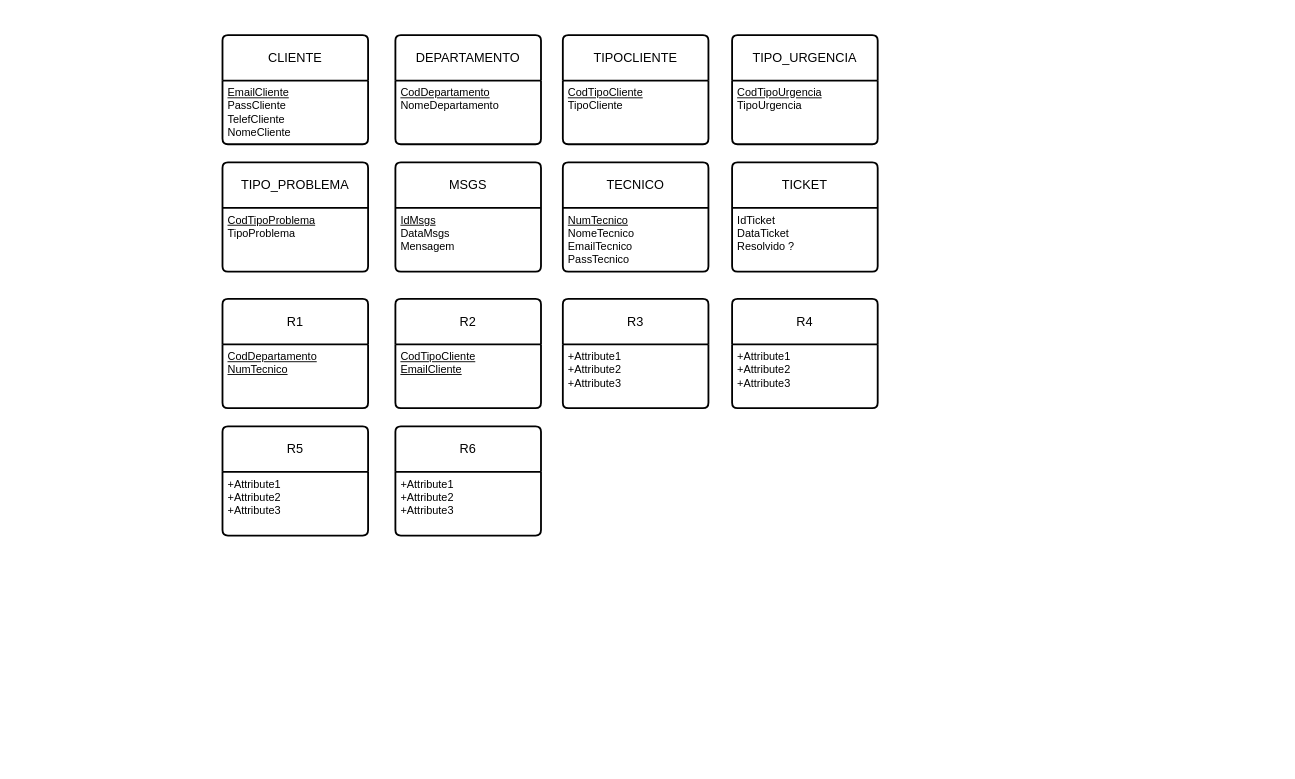
The draw.io diagram SistemaTicket.drawio in HenriqueINA/An-lise-de-Sistemas, before the edit. Source tidied: cells renumbered, new cells numbered last; positions are measured from the earlier drawing's top-left corner, leaving out a move shared by most shapes. Both pictures are drawn from the tidied source at 91%, with x=0, y=0 at pixel (222, 35).
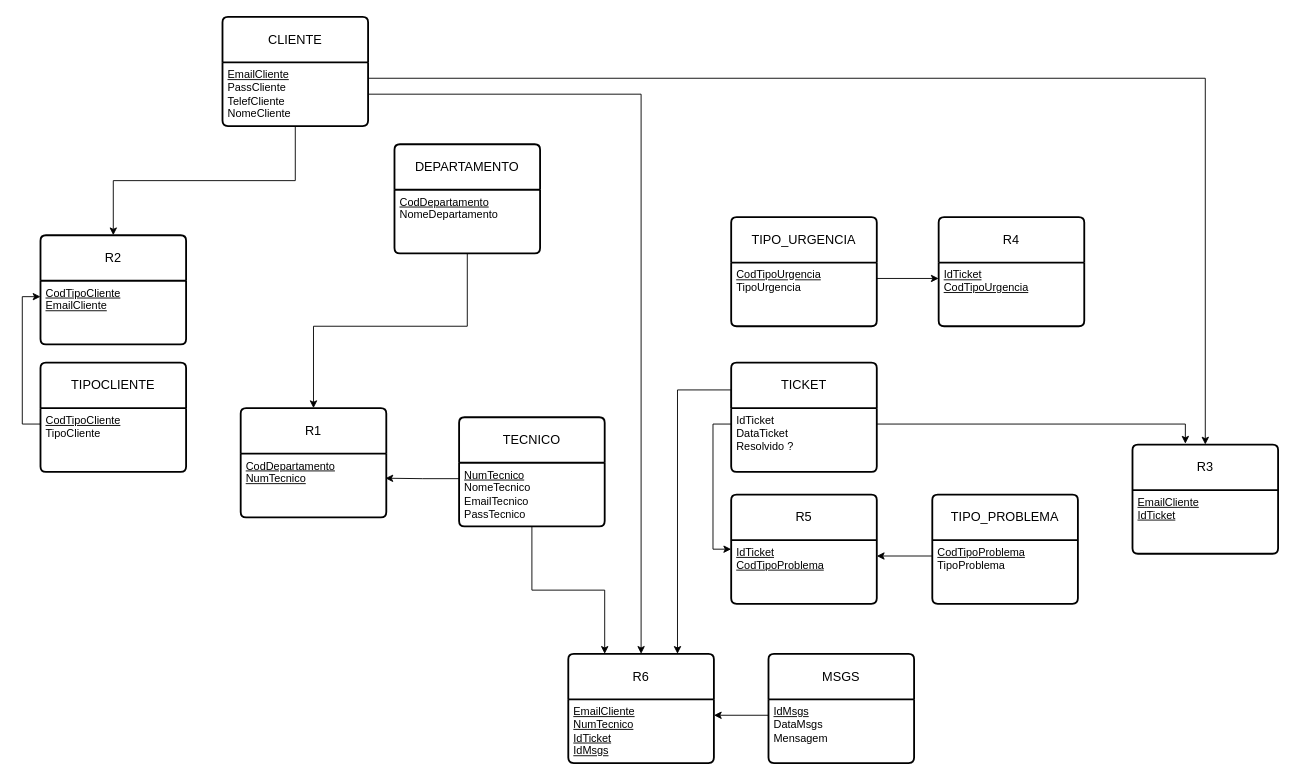
The same diagram, later.

Unchanged cells that the change refers to:
```xml
<mxCell id="3" value="IdTicket&lt;div&gt;DataTicket&lt;/div&gt;&lt;div&gt;Resolvido ?&lt;/div&gt;" style="align=left;strokeColor=none;fillColor=none;spacingLeft=4;spacingRight=4;fontSize=12;verticalAlign=top;html=1;whiteSpace=wrap;" parent="2" vertex="1">
  <mxGeometry y="50" width="160" height="70" as="geometry" />
</mxCell>
<mxCell id="5" value="&lt;u&gt;NumTecnico&lt;/u&gt;&lt;div&gt;NomeTecnico&lt;/div&gt;&lt;div&gt;EmailTecnico&lt;/div&gt;&lt;div&gt;PassTecnico&lt;/div&gt;" style="align=left;strokeColor=none;fillColor=none;spacingLeft=4;spacingRight=4;fontSize=12;verticalAlign=top;html=1;whiteSpace=wrap;" parent="4" vertex="1">
  <mxGeometry y="50" width="160" height="70" as="geometry" />
</mxCell>
<mxCell id="7" value="&lt;u&gt;IdMsgs&lt;/u&gt;&lt;div&gt;DataMsgs&lt;/div&gt;&lt;div&gt;Mensagem&lt;/div&gt;" style="align=left;strokeColor=none;fillColor=none;spacingLeft=4;spacingRight=4;fontSize=12;verticalAlign=top;html=1;whiteSpace=wrap;" parent="6" vertex="1">
  <mxGeometry y="50" width="160" height="70" as="geometry" />
</mxCell>
<mxCell id="9" value="&lt;u&gt;CodTipoProblema&lt;/u&gt;&lt;div&gt;TipoProblema&lt;/div&gt;" style="align=left;strokeColor=none;fillColor=none;spacingLeft=4;spacingRight=4;fontSize=12;verticalAlign=top;html=1;whiteSpace=wrap;" parent="8" vertex="1">
  <mxGeometry y="50" width="160" height="70" as="geometry" />
</mxCell>
<mxCell id="11" value="&lt;u&gt;CodTipoUrgencia&lt;/u&gt;&lt;div&gt;TipoUrgencia&lt;/div&gt;" style="align=left;strokeColor=none;fillColor=none;spacingLeft=4;spacingRight=4;fontSize=12;verticalAlign=top;html=1;whiteSpace=wrap;" parent="10" vertex="1">
  <mxGeometry y="50" width="160" height="70" as="geometry" />
</mxCell>
<mxCell id="13" value="&lt;u&gt;CodTipoCliente&lt;/u&gt;&lt;div&gt;TipoCliente&lt;/div&gt;" style="align=left;strokeColor=none;fillColor=none;spacingLeft=4;spacingRight=4;fontSize=12;verticalAlign=top;html=1;whiteSpace=wrap;" parent="12" vertex="1">
  <mxGeometry y="50" width="160" height="70" as="geometry" />
</mxCell>
<mxCell id="15" value="&lt;u&gt;CodDepartamento&lt;/u&gt;&lt;div&gt;NomeDepartamento&lt;/div&gt;" style="align=left;strokeColor=none;fillColor=none;spacingLeft=4;spacingRight=4;fontSize=12;verticalAlign=top;html=1;whiteSpace=wrap;" parent="14" vertex="1">
  <mxGeometry y="50" width="160" height="70" as="geometry" />
</mxCell>
<mxCell id="17" value="&lt;u&gt;EmailCliente&lt;/u&gt;&lt;div&gt;PassCliente&lt;/div&gt;&lt;div&gt;TelefCliente&lt;/div&gt;&lt;div&gt;NomeCliente&lt;br&gt;&lt;div&gt;&lt;br&gt;&lt;/div&gt;&lt;/div&gt;" style="align=left;strokeColor=none;fillColor=none;spacingLeft=4;spacingRight=4;fontSize=12;verticalAlign=top;html=1;whiteSpace=wrap;" parent="16" vertex="1">
  <mxGeometry y="50" width="160" height="70" as="geometry" />
</mxCell>
<mxCell id="27" value="&lt;span style=&quot;text-align: center; text-decoration-line: underline;&quot;&gt;CodTipoCliente&lt;/span&gt;&lt;div&gt;&lt;span style=&quot;text-align: center; text-decoration-line: underline;&quot;&gt;EmailCliente&lt;/span&gt;&lt;span style=&quot;text-align: center; text-decoration-line: underline;&quot;&gt;&lt;/span&gt;&lt;/div&gt;" style="align=left;strokeColor=none;fillColor=none;spacingLeft=4;spacingRight=4;fontSize=12;verticalAlign=top;html=1;whiteSpace=wrap;" parent="26" vertex="1">
  <mxGeometry y="50" width="160" height="70" as="geometry" />
</mxCell>
<mxCell id="29" value="&lt;span style=&quot;text-align: center; text-decoration-line: underline;&quot;&gt;CodDepartamento&lt;/span&gt;&lt;div&gt;&lt;span style=&quot;text-align: center; text-decoration-line: underline;&quot;&gt;NumTecnico&lt;/span&gt;&lt;span style=&quot;text-align: center; text-decoration-line: underline;&quot;&gt;&lt;/span&gt;&lt;/div&gt;" style="align=left;strokeColor=none;fillColor=none;spacingLeft=4;spacingRight=4;fontSize=12;verticalAlign=top;html=1;whiteSpace=wrap;" parent="28" vertex="1">
  <mxGeometry y="50" width="160" height="70" as="geometry" />
</mxCell>
```

Change to the diagram source:
```diff
@@
     <mxCell id="2" value="TICKET" style="swimlane;horizontal=1;startSize=50;rounded=1;fontSize=14;fontStyle=0;strokeWidth=2;shadow=0;dashed=0;align=center;arcSize=4;whiteSpace=wrap;html=1;" parent="1" vertex="1">
-      <mxGeometry x="560" y="140" width="160" height="120" as="geometry" />
+      <mxGeometry x="559" y="360" width="160" height="120" as="geometry" />
     </mxCell>
@@
     <mxCell id="4" value="TECNICO" style="swimlane;horizontal=1;startSize=50;rounded=1;fontSize=14;fontStyle=0;strokeWidth=2;shadow=0;dashed=0;align=center;arcSize=4;whiteSpace=wrap;html=1;" parent="1" vertex="1">
-      <mxGeometry x="374" y="140" width="160" height="120" as="geometry" />
+      <mxGeometry x="260" y="420" width="160" height="120" as="geometry" />
     </mxCell>
@@
     <mxCell id="6" value="MSGS" style="swimlane;horizontal=1;startSize=50;rounded=1;fontSize=14;fontStyle=0;strokeWidth=2;shadow=0;dashed=0;align=center;arcSize=4;whiteSpace=wrap;html=1;" parent="1" vertex="1">
-      <mxGeometry x="190" y="140" width="160" height="120" as="geometry" />
+      <mxGeometry x="600" y="680" width="160" height="120" as="geometry" />
     </mxCell>
@@
     <mxCell id="8" value="TIPO_PROBLEMA" style="swimlane;horizontal=1;startSize=50;rounded=1;fontSize=14;fontStyle=0;strokeWidth=2;shadow=0;dashed=0;align=center;arcSize=4;whiteSpace=wrap;html=1;" parent="1" vertex="1">
-      <mxGeometry y="140" width="160" height="120" as="geometry" />
+      <mxGeometry x="780" y="505" width="160" height="120" as="geometry" />
     </mxCell>
@@
     <mxCell id="10" value="TIPO_URGENCIA" style="swimlane;horizontal=1;startSize=50;rounded=1;fontSize=14;fontStyle=0;strokeWidth=2;shadow=0;dashed=0;align=center;arcSize=4;whiteSpace=wrap;html=1;" parent="1" vertex="1">
-      <mxGeometry x="560" width="160" height="120" as="geometry" />
+      <mxGeometry x="559" y="200" width="160" height="120" as="geometry" />
     </mxCell>
@@
     <mxCell id="12" value="TIPOCLIENTE" style="swimlane;horizontal=1;startSize=50;rounded=1;fontSize=14;fontStyle=0;strokeWidth=2;shadow=0;dashed=0;align=center;arcSize=4;whiteSpace=wrap;html=1;" parent="1" vertex="1">
-      <mxGeometry x="374" width="160" height="120" as="geometry" />
+      <mxGeometry x="-200" y="360" width="160" height="120" as="geometry" />
     </mxCell>
@@
     <mxCell id="14" value="DEPARTAMENTO" style="swimlane;horizontal=1;startSize=50;rounded=1;fontSize=14;fontStyle=0;strokeWidth=2;shadow=0;dashed=0;align=center;arcSize=4;whiteSpace=wrap;html=1;" parent="1" vertex="1">
-      <mxGeometry x="190" width="160" height="120" as="geometry" />
+      <mxGeometry x="189" y="120" width="160" height="120" as="geometry" />
     </mxCell>
@@
     <mxCell id="16" value="CLIENTE" style="swimlane;horizontal=1;startSize=50;rounded=1;fontSize=14;fontStyle=0;strokeWidth=2;shadow=0;dashed=0;align=center;arcSize=4;whiteSpace=wrap;html=1;" parent="1" vertex="1">
-      <mxGeometry width="160" height="120" as="geometry" />
+      <mxGeometry y="-20" width="160" height="120" as="geometry" />
     </mxCell>
@@
     <mxCell id="18" value="R3" style="swimlane;horizontal=1;startSize=50;rounded=1;fontSize=14;fontStyle=0;strokeWidth=2;shadow=0;dashed=0;align=center;arcSize=4;whiteSpace=wrap;html=1;" parent="1" vertex="1">
-      <mxGeometry x="374" y="290" width="160" height="120" as="geometry" />
+      <mxGeometry x="1000" y="450" width="160" height="120" as="geometry" />
     </mxCell>
-    <mxCell id="19" value="+Attribute1&#10;+Attribute2&#10;+Attribute3" style="align=left;strokeColor=none;fillColor=none;spacingLeft=4;spacingRight=4;fontSize=12;verticalAlign=top;html=1;whiteSpace=wrap;" parent="18" vertex="1">
+    <mxCell id="19" value="&lt;span style=&quot;text-align: center; text-decoration-line: underline;&quot;&gt;EmailCliente&lt;/span&gt;&lt;div&gt;&lt;span style=&quot;text-align: center; text-decoration-line: underline;&quot;&gt;IdTicket&lt;/span&gt;&lt;span style=&quot;text-align: center; text-decoration-line: underline;&quot;&gt;&lt;/span&gt;&lt;/div&gt;" style="align=left;strokeColor=none;fillColor=none;spacingLeft=4;spacingRight=4;fontSize=12;verticalAlign=top;html=1;whiteSpace=wrap;" parent="18" vertex="1">
       <mxGeometry y="50" width="160" height="70" as="geometry" />
     </mxCell>
     <mxCell id="20" value="R6" style="swimlane;horizontal=1;startSize=50;rounded=1;fontSize=14;fontStyle=0;strokeWidth=2;shadow=0;dashed=0;align=center;arcSize=4;whiteSpace=wrap;html=1;" parent="1" vertex="1">
-      <mxGeometry x="190" y="430" width="160" height="120" as="geometry" />
+      <mxGeometry x="380" y="680" width="160" height="120" as="geometry" />
     </mxCell>
-    <mxCell id="21" value="+Attribute1&#10;+Attribute2&#10;+Attribute3" style="align=left;strokeColor=none;fillColor=none;spacingLeft=4;spacingRight=4;fontSize=12;verticalAlign=top;html=1;whiteSpace=wrap;" parent="20" vertex="1">
+    <mxCell id="21" value="&lt;span style=&quot;text-align: center; text-decoration-line: underline;&quot;&gt;EmailCliente&lt;/span&gt;&lt;div&gt;&lt;span style=&quot;text-align: center; text-decoration-line: underline; background-color: transparent; color: light-dark(rgb(0, 0, 0), rgb(255, 255, 255));&quot;&gt;NumTecnico&lt;/span&gt;&lt;/div&gt;&lt;div&gt;&lt;div&gt;&lt;span style=&quot;text-align: center; text-decoration-line: underline;&quot;&gt;IdTicket&lt;/span&gt;&lt;/div&gt;&lt;/div&gt;&lt;div&gt;&lt;span style=&quot;text-align: center; text-decoration-line: underline;&quot;&gt;IdMsgs&lt;/span&gt;&lt;/div&gt;" style="align=left;strokeColor=none;fillColor=none;spacingLeft=4;spacingRight=4;fontSize=12;verticalAlign=top;html=1;whiteSpace=wrap;" parent="20" vertex="1">
       <mxGeometry y="50" width="160" height="70" as="geometry" />
     </mxCell>
     <mxCell id="22" value="R5" style="swimlane;horizontal=1;startSize=50;rounded=1;fontSize=14;fontStyle=0;strokeWidth=2;shadow=0;dashed=0;align=center;arcSize=4;whiteSpace=wrap;html=1;" parent="1" vertex="1">
-      <mxGeometry y="430" width="160" height="120" as="geometry" />
+      <mxGeometry x="559" y="505" width="160" height="120" as="geometry" />
     </mxCell>
-    <mxCell id="23" value="+Attribute1&#10;+Attribute2&#10;+Attribute3" style="align=left;strokeColor=none;fillColor=none;spacingLeft=4;spacingRight=4;fontSize=12;verticalAlign=top;html=1;whiteSpace=wrap;" parent="22" vertex="1">
+    <mxCell id="23" value="&lt;span style=&quot;text-align: center; text-decoration-line: underline;&quot;&gt;IdTicket&lt;/span&gt;&lt;div&gt;&lt;span style=&quot;text-align: center; text-decoration-line: underline;&quot;&gt;CodTipoProblema&lt;/span&gt;&lt;span style=&quot;text-align: center; text-decoration-line: underline;&quot;&gt;&lt;/span&gt;&lt;/div&gt;" style="align=left;strokeColor=none;fillColor=none;spacingLeft=4;spacingRight=4;fontSize=12;verticalAlign=top;html=1;whiteSpace=wrap;" parent="22" vertex="1">
       <mxGeometry y="50" width="160" height="70" as="geometry" />
     </mxCell>
     <mxCell id="24" value="R4" style="swimlane;horizontal=1;startSize=50;rounded=1;fontSize=14;fontStyle=0;strokeWidth=2;shadow=0;dashed=0;align=center;arcSize=4;whiteSpace=wrap;html=1;" parent="1" vertex="1">
-      <mxGeometry x="560" y="290" width="160" height="120" as="geometry" />
+      <mxGeometry x="787" y="200" width="160" height="120" as="geometry" />
     </mxCell>
-    <mxCell id="25" value="+Attribute1&#10;+Attribute2&#10;+Attribute3" style="align=left;strokeColor=none;fillColor=none;spacingLeft=4;spacingRight=4;fontSize=12;verticalAlign=top;html=1;whiteSpace=wrap;" parent="24" vertex="1">
+    <mxCell id="25" value="&lt;span style=&quot;text-align: center; text-decoration-line: underline;&quot;&gt;IdTicket&lt;/span&gt;&lt;div&gt;&lt;span style=&quot;text-align: center; text-decoration-line: underline;&quot;&gt;CodTipoUrgencia&lt;/span&gt;&lt;span style=&quot;text-align: center; text-decoration-line: underline;&quot;&gt;&lt;/span&gt;&lt;/div&gt;" style="align=left;strokeColor=none;fillColor=none;spacingLeft=4;spacingRight=4;fontSize=12;verticalAlign=top;html=1;whiteSpace=wrap;" parent="24" vertex="1">
       <mxGeometry y="50" width="160" height="70" as="geometry" />
     </mxCell>
     <mxCell id="26" value="R2" style="swimlane;horizontal=1;startSize=50;rounded=1;fontSize=14;fontStyle=0;strokeWidth=2;shadow=0;dashed=0;align=center;arcSize=4;whiteSpace=wrap;html=1;" parent="1" vertex="1">
-      <mxGeometry x="190" y="290" width="160" height="120" as="geometry" />
+      <mxGeometry x="-200" y="220" width="160" height="120" as="geometry" />
     </mxCell>
@@
     <mxCell id="28" value="R1" style="swimlane;horizontal=1;startSize=50;rounded=1;fontSize=14;fontStyle=0;strokeWidth=2;shadow=0;dashed=0;align=center;arcSize=4;whiteSpace=wrap;html=1;" parent="1" vertex="1">
-      <mxGeometry y="290" width="160" height="120" as="geometry" />
+      <mxGeometry x="20" y="410" width="160" height="120" as="geometry" />
     </mxCell>
@@
+    <mxCell id="30" style="edgeStyle=orthogonalEdgeStyle;rounded=0;jettySize=auto;html=1;exitX=1;exitY=0.25;exitDx=0;exitDy=0;entryX=0.5;entryY=0;entryDx=0;entryDy=0;" parent="1" edge="1" source="17" target="18">
+      <mxGeometry relative="1" as="geometry" />
+    </mxCell>
+    <mxCell id="31" style="edgeStyle=orthogonalEdgeStyle;rounded=0;jettySize=auto;html=1;exitX=0.5;exitY=1;exitDx=0;exitDy=0;entryX=0.5;entryY=0;entryDx=0;entryDy=0;" parent="1" edge="1" source="17" target="26">
+      <mxGeometry relative="1" as="geometry" />
+    </mxCell>
+    <mxCell id="32" style="edgeStyle=orthogonalEdgeStyle;rounded=0;jettySize=auto;html=1;exitX=1;exitY=0.5;exitDx=0;exitDy=0;entryX=0.5;entryY=0;entryDx=0;entryDy=0;" parent="1" edge="1" source="17" target="20">
+      <mxGeometry relative="1" as="geometry" />
+    </mxCell>
+    <mxCell id="33" style="edgeStyle=orthogonalEdgeStyle;rounded=0;jettySize=auto;html=1;exitX=0.5;exitY=1;exitDx=0;exitDy=0;entryX=0.5;entryY=0;entryDx=0;entryDy=0;" parent="1" edge="1" source="15" target="28">
+      <mxGeometry relative="1" as="geometry">
+        <Array as="points">
+          <mxPoint x="269" y="320" />
+          <mxPoint x="100" y="320" />
+        </Array>
+      </mxGeometry>
+    </mxCell>
+    <mxCell id="34" style="edgeStyle=orthogonalEdgeStyle;rounded=0;jettySize=auto;html=1;exitX=1;exitY=0.25;exitDx=0;exitDy=0;entryX=0;entryY=0.25;entryDx=0;entryDy=0;" parent="1" edge="1" source="11" target="25">
+      <mxGeometry relative="1" as="geometry" />
+    </mxCell>
+    <mxCell id="35" style="edgeStyle=orthogonalEdgeStyle;rounded=0;jettySize=auto;html=1;exitX=0;exitY=0.25;exitDx=0;exitDy=0;entryX=0;entryY=0.25;entryDx=0;entryDy=0;" parent="1" edge="1" source="13" target="27">
+      <mxGeometry relative="1" as="geometry" />
+    </mxCell>
+    <mxCell id="36" style="edgeStyle=orthogonalEdgeStyle;rounded=0;jettySize=auto;html=1;exitX=0;exitY=0.25;exitDx=0;exitDy=0;entryX=1;entryY=0.25;entryDx=0;entryDy=0;" parent="1" edge="1" source="7" target="21">
+      <mxGeometry relative="1" as="geometry" />
+    </mxCell>
+    <mxCell id="37" style="edgeStyle=orthogonalEdgeStyle;rounded=0;jettySize=auto;html=1;exitX=1;exitY=0.25;exitDx=0;exitDy=0;entryX=0.363;entryY=-0.008;entryDx=0;entryDy=0;entryPerimeter=0;" parent="1" edge="1" source="3" target="18">
+      <mxGeometry relative="1" as="geometry" />
+    </mxCell>
+    <mxCell id="38" style="edgeStyle=orthogonalEdgeStyle;rounded=0;jettySize=auto;html=1;exitX=0;exitY=0;exitDx=0;exitDy=0;entryX=0.75;entryY=0;entryDx=0;entryDy=0;" parent="1" edge="1" source="3" target="20">
+      <mxGeometry relative="1" as="geometry" />
+    </mxCell>
+    <mxCell id="39" style="edgeStyle=orthogonalEdgeStyle;rounded=0;jettySize=auto;html=1;exitX=0;exitY=0.25;exitDx=0;exitDy=0;entryX=0;entryY=0.5;entryDx=0;entryDy=0;" parent="1" edge="1" source="3" target="22">
+      <mxGeometry relative="1" as="geometry" />
+    </mxCell>
+    <mxCell id="40" style="edgeStyle=orthogonalEdgeStyle;rounded=0;jettySize=auto;html=1;exitX=0;exitY=0.25;exitDx=0;exitDy=0;entryX=0.994;entryY=0.386;entryDx=0;entryDy=0;entryPerimeter=0;" parent="1" edge="1" source="5" target="29">
+      <mxGeometry relative="1" as="geometry" />
+    </mxCell>
+    <mxCell id="41" style="edgeStyle=orthogonalEdgeStyle;rounded=0;jettySize=auto;html=1;exitX=0.5;exitY=1;exitDx=0;exitDy=0;entryX=0.25;entryY=0;entryDx=0;entryDy=0;" parent="1" edge="1" source="5" target="20">
+      <mxGeometry relative="1" as="geometry" />
+    </mxCell>
+    <mxCell id="42" style="edgeStyle=orthogonalEdgeStyle;rounded=0;jettySize=auto;html=1;exitX=0;exitY=0.25;exitDx=0;exitDy=0;entryX=1;entryY=0.25;entryDx=0;entryDy=0;" parent="1" edge="1" source="9" target="23">
+      <mxGeometry relative="1" as="geometry" />
+    </mxCell>
```
